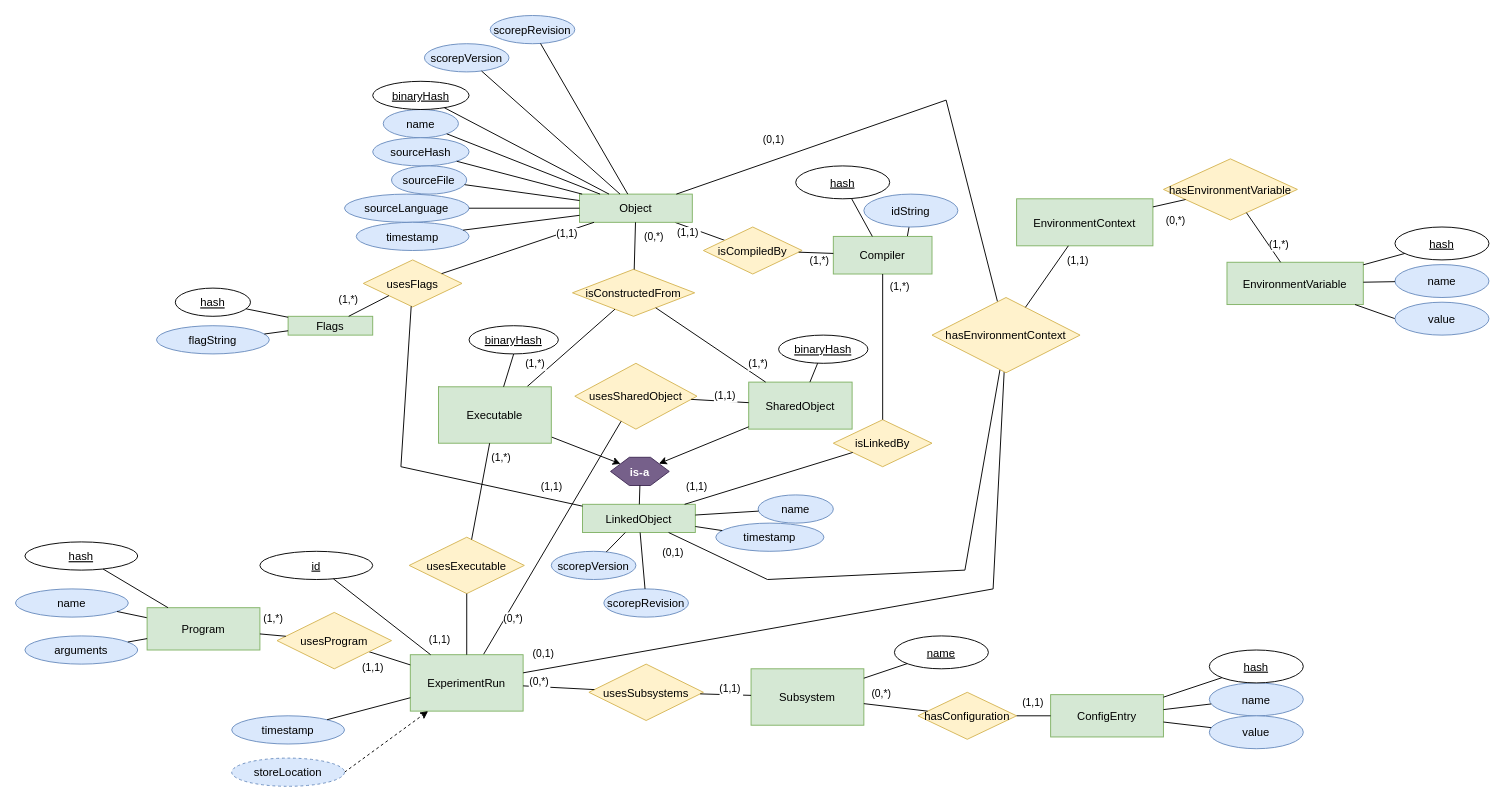
Above: schema/v0.1/scorep_metadata.drawio in SCOREP-FAIR/scorep-fair.github.io (draw.io), before the change. Source tidied: cells renumbered, new cells numbered last; positions are measured from the earlier drawing's top-left corner, leaving out a move shared by most shapes. Both pictures are drawn from the tidied source at 94%, with x=0, y=0 at pixel (15, 15).
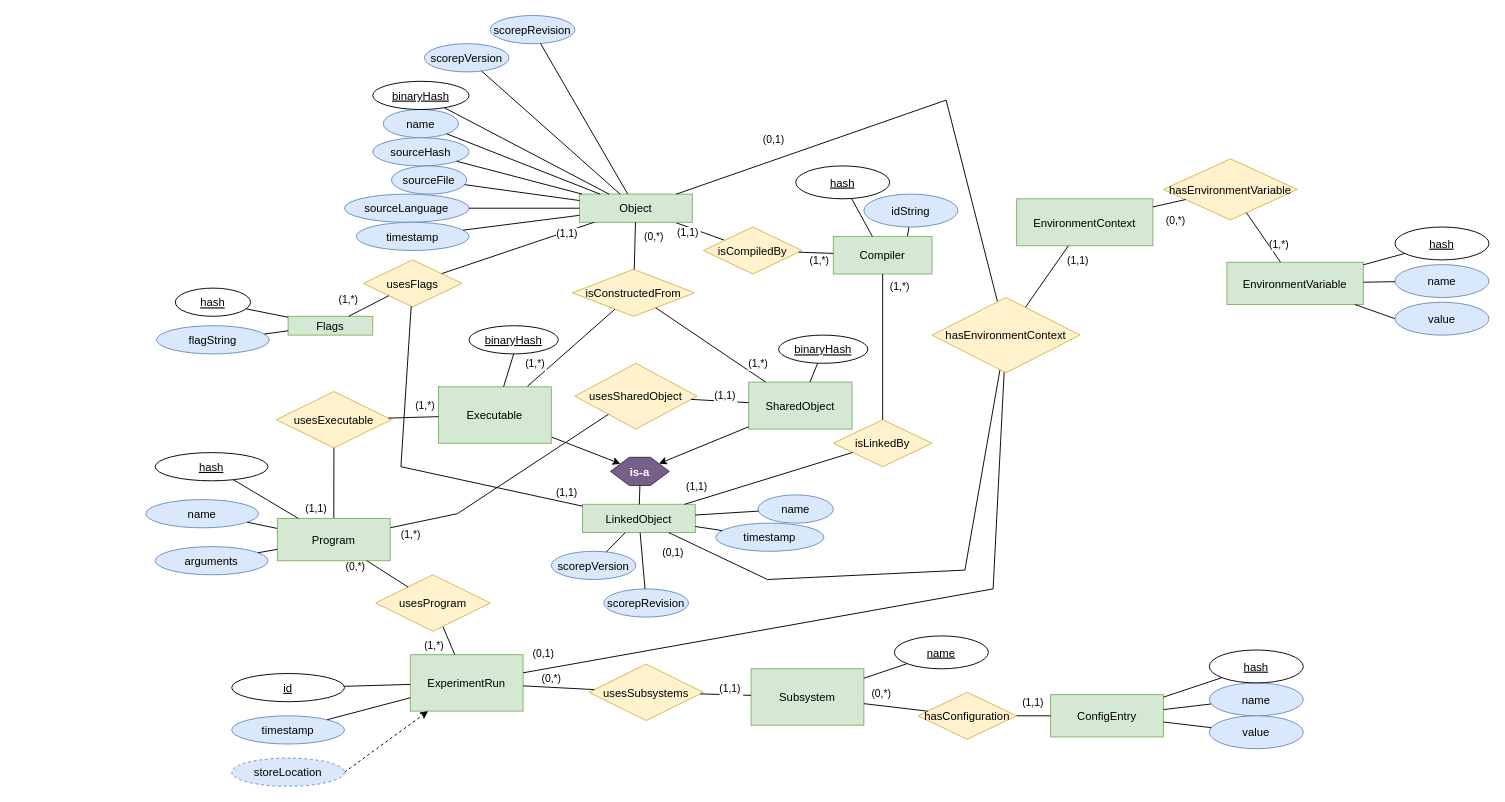
The same page after the edit.

Commit message (it also covers changes not shown here):
Add MPMD capabilities to the schema

The change refers to these unchanged cells:
```xml
<mxCell id="49" value="usesSharedObject" style="rhombus;fillColor=#fff2cc;strokeColor=#d6b656;" parent="1" vertex="1">
  <mxGeometry x="595" y="370" width="130" height="70" as="geometry" />
</mxCell>
<mxCell id="60" value="ExperimentRun" style="rounded=0;fillColor=#d5e8d4;strokeColor=#82b366;" parent="1" vertex="1">
  <mxGeometry x="420" y="680" width="120" height="60" as="geometry" />
</mxCell>
<mxCell id="64" style="rounded=0;jettySize=auto;endArrow=none;startFill=0;" parent="1" edge="1" source="61" target="48">
  <mxGeometry relative="1" as="geometry" />
</mxCell>
<mxCell id="73" style="rounded=0;jettySize=auto;endArrow=none;startFill=0;" parent="1" edge="1" source="71" target="60">
  <mxGeometry relative="1" as="geometry" />
</mxCell>
<mxCell id="101" style="rounded=0;jettySize=auto;endArrow=none;startFill=0;flowAnimation=0;elbow=vertical;" parent="1" edge="1" source="92" target="40">
  <mxGeometry relative="1" as="geometry">
    <Array as="points">
      <mxPoint x="410" y="480" />
    </Array>
  </mxGeometry>
</mxCell>
```

The edit, as a diff of the source:
```diff
@@
-    <mxCell id="52" style="rounded=0;jettySize=auto;endArrow=none;startFill=0;" parent="1" edge="1" source="49" target="60">
-      <mxGeometry relative="1" as="geometry" />
+    <mxCell id="52" style="rounded=0;jettySize=auto;endArrow=none;startFill=0;" parent="1" edge="1" source="49" target="134">
+      <mxGeometry relative="1" as="geometry">
+        <Array as="points">
+          <mxPoint x="470" y="530" />
+        </Array>
+      </mxGeometry>
     </mxCell>
     <mxCell id="53" value="(0,*)" style="edgeLabel;align=center;verticalAlign=middle;" parent="52" vertex="1">
       <mxGeometry x="0.31" relative="1" as="geometry">
-        <mxPoint x="-19" y="46" as="offset" />
+        <mxPoint x="-124" y="66" as="offset" />
       </mxGeometry>
     </mxCell>
@@
     <mxCell id="61" value="usesExecutable" style="rhombus;fillColor=#fff2cc;strokeColor=#d6b656;" parent="1" vertex="1">
-      <mxGeometry x="418.8" y="555" width="122.5" height="60" as="geometry" />
+      <mxGeometry x="277.5" y="400" width="122.5" height="60" as="geometry" />
     </mxCell>
-    <mxCell id="62" style="rounded=0;jettySize=auto;endArrow=none;startFill=0;" parent="1" edge="1" source="60" target="61">
+    <mxCell id="62" style="rounded=0;jettySize=auto;endArrow=none;startFill=0;" parent="1" edge="1" source="134" target="61">
       <mxGeometry relative="1" as="geometry" />
     </mxCell>
     <mxCell id="63" value="(1,1)" style="edgeLabel;align=center;verticalAlign=middle;" parent="62" vertex="1">
       <mxGeometry x="-0.16" y="1" relative="1" as="geometry">
-        <mxPoint x="-28" y="10" as="offset" />
+        <mxPoint x="-18" y="21" as="offset" />
       </mxGeometry>
     </mxCell>
@@
     <mxCell id="65" value="(1,*)" style="edgeLabel;align=center;verticalAlign=middle;" parent="64" vertex="1">
       <mxGeometry x="0.8" y="-1" relative="1" as="geometry">
-        <mxPoint x="13" y="4" as="offset" />
+        <mxPoint x="-9" y="-14" as="offset" />
       </mxGeometry>
     </mxCell>
@@
     <mxCell id="68" value="id" style="ellipse;fontStyle=4;" parent="1" vertex="1">
-      <mxGeometry x="260" y="570" width="120" height="30" as="geometry" />
+      <mxGeometry x="230" y="700" width="120" height="30" as="geometry" />
     </mxCell>
@@
     <mxCell id="74" value="(0,*)" style="edgeLabel;align=center;verticalAlign=middle;" parent="73" vertex="1">
       <mxGeometry x="-0.11" relative="1" as="geometry">
-        <mxPoint x="-25" y="-8" as="offset" />
+        <mxPoint x="-12" y="-11" as="offset" />
       </mxGeometry>
     </mxCell>
@@
     <mxCell id="102" value="(1,1)" style="edgeLabel;align=center;verticalAlign=middle;" parent="101" vertex="1">
       <mxGeometry x="0.86" y="1" relative="1" as="geometry">
-        <mxPoint x="-8" y="-15" as="offset" />
+        <mxPoint x="8" y="-9" as="offset" />
       </mxGeometry>
     </mxCell>
@@
     <mxCell id="132" value="name" style="ellipse;fillColor=#dae8fc;strokeColor=#6c8ebf;" parent="1" vertex="1">
-      <mxGeometry y="610" width="120" height="30" as="geometry" />
+      <mxGeometry x="138.6" y="515" width="120" height="30" as="geometry" />
     </mxCell>
@@
     <mxCell id="134" value="Program" style="rounded=0;fillColor=#d5e8d4;strokeColor=#82b366;" parent="1" vertex="1">
-      <mxGeometry x="140" y="630" width="120" height="45" as="geometry" />
+      <mxGeometry x="278.6" y="535" width="120" height="45" as="geometry" />
     </mxCell>
     <mxCell id="135" value="arguments" style="ellipse;fillColor=#dae8fc;strokeColor=#6c8ebf;" parent="1" vertex="1">
-      <mxGeometry x="10" y="660" width="120" height="30" as="geometry" />
+      <mxGeometry x="148.6" y="565" width="120" height="30" as="geometry" />
     </mxCell>
@@
     <mxCell id="138" value="usesProgram" style="rhombus;fillColor=#fff2cc;strokeColor=#d6b656;" parent="1" vertex="1">
-      <mxGeometry x="278.2" y="635" width="121.8" height="60" as="geometry" />
+      <mxGeometry x="383.2" y="595" width="121.8" height="60" as="geometry" />
     </mxCell>
@@
     <mxCell id="140" value="hash" style="ellipse;fontStyle=4;" parent="1" vertex="1">
-      <mxGeometry x="10" y="560" width="120" height="30" as="geometry" />
+      <mxGeometry x="148.6" y="465" width="120" height="30" as="geometry" />
     </mxCell>
@@
-    <mxCell id="142" value="(1,1)" style="edgeLabel;align=center;verticalAlign=middle;" parent="1" vertex="1">
-      <mxGeometry x="380" y="692.5" as="geometry" />
+    <mxCell id="142" value="(1,*)" style="edgeLabel;align=center;verticalAlign=middle;" parent="1" vertex="1">
+      <mxGeometry x="444.1" y="670" as="geometry">
+        <mxPoint x="1" y="-1" as="offset" />
+      </mxGeometry>
     </mxCell>
     <mxCell id="143" value="(1,*)" style="edgeLabel;align=center;verticalAlign=middle;" parent="1" vertex="1">
-      <mxGeometry x="270" y="640" as="geometry">
+      <mxGeometry x="416.3" y="550" as="geometry">
         <mxPoint x="4" y="1" as="offset" />
       </mxGeometry>
     </mxCell>
```
